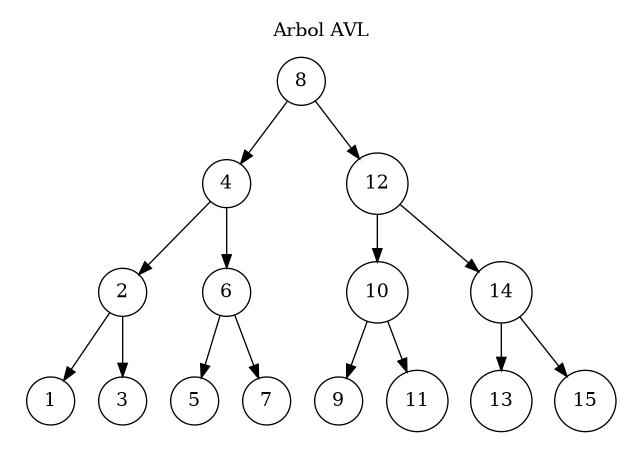
Before: Proyecto-Fase 2/Reportes/AVL.png, a diagram exported from Graphviz (Rodrigo-1504/-EDD-1S2025_202202854). Its source is kept beside it as Proyecto-Fase 2/Reportes/AVL.dot.
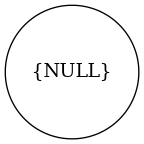
Above is the later version.

What changed in the source:
```diff
@@ -1,21 +1,4 @@
-digraph AVL{
+digraph G {
 	node[shape=circle];
-	graph[pencolor=transparent];
-	subgraph cluster_0{
-		label = "Arbol AVL";
-	"8" -> "4";
-	"8" -> "12";
-	"4" -> "2";
-	"4" -> "6";
-	"2" -> "1";
-	"2" -> "3";
-	"6" -> "5";
-	"6" -> "7";
-	"12" -> "10";
-	"12" -> "14";
-	"10" -> "9";
-	"10" -> "11";
-	"14" -> "13";
-	"14" -> "15";
-		}
+	NULL[label = "{NULL}"];
 }
```
